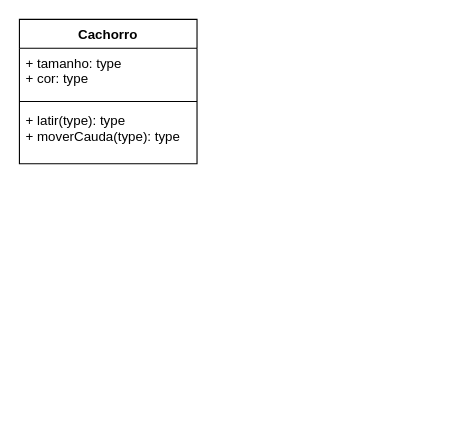
EnzoOkuizumiFiap/Java-Aulas keeps this draw.io diagram as Diagrama.drawio. Above is the earlier version. Source tidied: cells renumbered, new cells numbered last; positions are measured from the earlier drawing's top-left corner, leaving out a move shared by most shapes. Both pictures are drawn from the tidied source at 111%, with x=0, y=0 at pixel (19, 19).
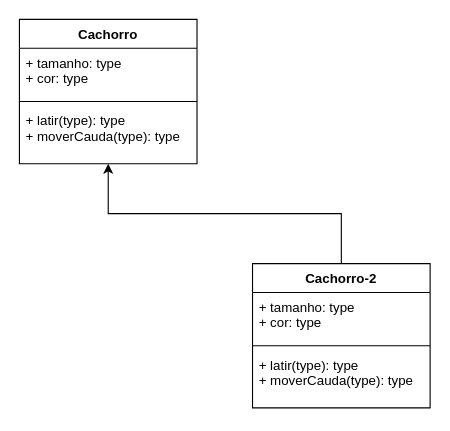
The same diagram, later.

Change to the diagram source:
```diff
@@
 <mxGraphModel>
   <root>
     <mxCell id="0" />
     <mxCell id="1" parent="0" />
     <mxCell id="2" value="Cachorro" style="swimlane;fontStyle=1;align=center;verticalAlign=top;horizontal=1;startSize=26;whiteSpace=wrap;html=1;" parent="1" vertex="1">
       <mxGeometry width="160" height="130" as="geometry" />
     </mxCell>
     <mxCell id="3" value="+ tamanho: type&lt;div&gt;+ cor: type&lt;br&gt;&lt;/div&gt;" style="text;strokeColor=none;fillColor=none;align=left;verticalAlign=top;spacingLeft=4;spacingRight=4;overflow=hidden;whiteSpace=wrap;html=1;" parent="2" vertex="1">
       <mxGeometry y="26" width="160" height="44" as="geometry" />
     </mxCell>
     <mxCell id="4" style="line;strokeWidth=1;fillColor=none;align=left;verticalAlign=middle;spacingTop=-1;spacingLeft=3;spacingRight=3;labelPosition=right;strokeColor=inherit;" parent="2" vertex="1">
       <mxGeometry y="70" width="160" height="8" as="geometry" />
     </mxCell>
     <mxCell id="5" value="+ latir(type): type&lt;div&gt;+ moverCauda(type): type&lt;br&gt;&lt;/div&gt;" style="text;strokeColor=none;fillColor=none;align=left;verticalAlign=top;spacingLeft=4;spacingRight=4;overflow=hidden;points=[[0,0.5],[1,0.5]];portConstraint=eastwest;whiteSpace=wrap;html=1;" parent="2" vertex="1">
       <mxGeometry y="78" width="160" height="52" as="geometry" />
     </mxCell>
+    <mxCell id="6" value="Cachorro-2&lt;div&gt;&lt;br&gt;&lt;/div&gt;" style="swimlane;fontStyle=1;align=center;verticalAlign=top;horizontal=1;startSize=26;whiteSpace=wrap;html=1;" parent="1" vertex="1">
+      <mxGeometry x="210" y="220" width="160" height="130" as="geometry" />
+    </mxCell>
+    <mxCell id="7" value="+ tamanho: type&lt;div&gt;+ cor: type&lt;br&gt;&lt;/div&gt;" style="text;strokeColor=none;fillColor=none;align=left;verticalAlign=top;spacingLeft=4;spacingRight=4;overflow=hidden;whiteSpace=wrap;html=1;" parent="6" vertex="1">
+      <mxGeometry y="26" width="160" height="44" as="geometry" />
+    </mxCell>
+    <mxCell id="8" style="line;strokeWidth=1;fillColor=none;align=left;verticalAlign=middle;spacingTop=-1;spacingLeft=3;spacingRight=3;labelPosition=right;strokeColor=inherit;" parent="6" vertex="1">
+      <mxGeometry y="70" width="160" height="8" as="geometry" />
+    </mxCell>
+    <mxCell id="9" value="+ latir(type): type&lt;div&gt;+ moverCauda(type): type&lt;br&gt;&lt;/div&gt;" style="text;strokeColor=none;fillColor=none;align=left;verticalAlign=top;spacingLeft=4;spacingRight=4;overflow=hidden;whiteSpace=wrap;html=1;" parent="6" vertex="1">
+      <mxGeometry y="78" width="160" height="52" as="geometry" />
+    </mxCell>
+    <mxCell id="10" style="edgeStyle=orthogonalEdgeStyle;rounded=0;jettySize=auto;html=1;entryX=0.5;entryY=1;entryDx=0;entryDy=0;entryPerimeter=0;" parent="1" edge="1" source="6" target="5">
+      <mxGeometry relative="1" as="geometry" />
+    </mxCell>
   </root>
 </mxGraphModel>
```
